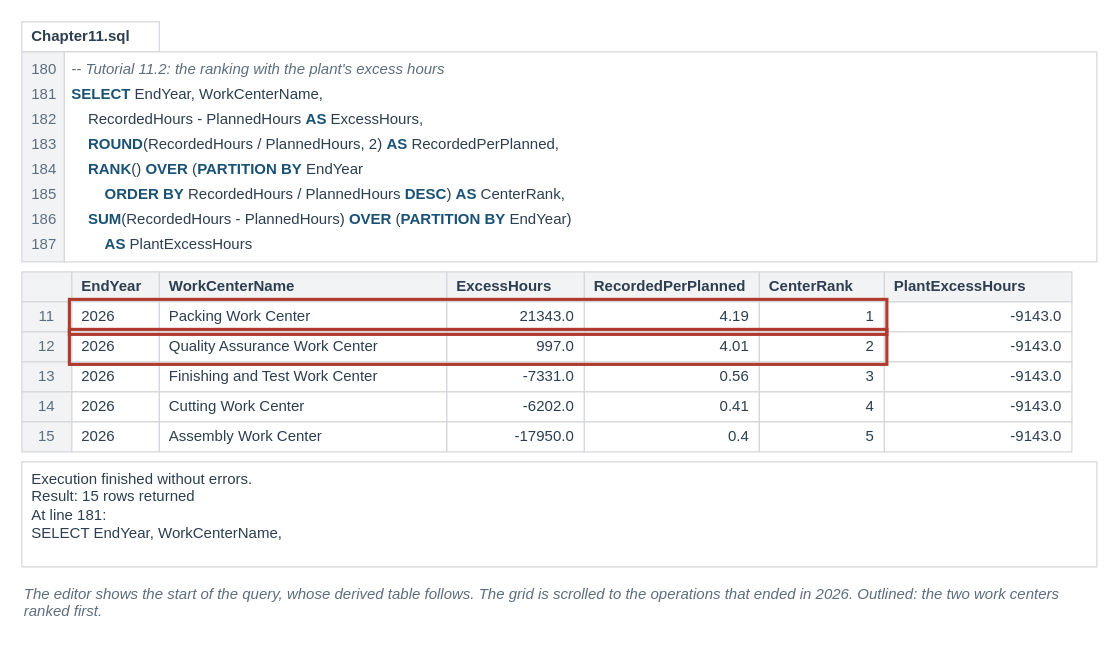
This is visuals/src/fig-11-07-work-center-rank.drawio from mmcodesso/Accounting_Analytics_Book, a draw.io file, before an edit. Source tidied: cells renumbered, new cells numbered last; positions are measured from the earlier drawing's top-left corner, leaving out a move shared by most shapes. Both pictures are drawn from the tidied source at 125%, with x=0, y=0 at pixel (21, 21).
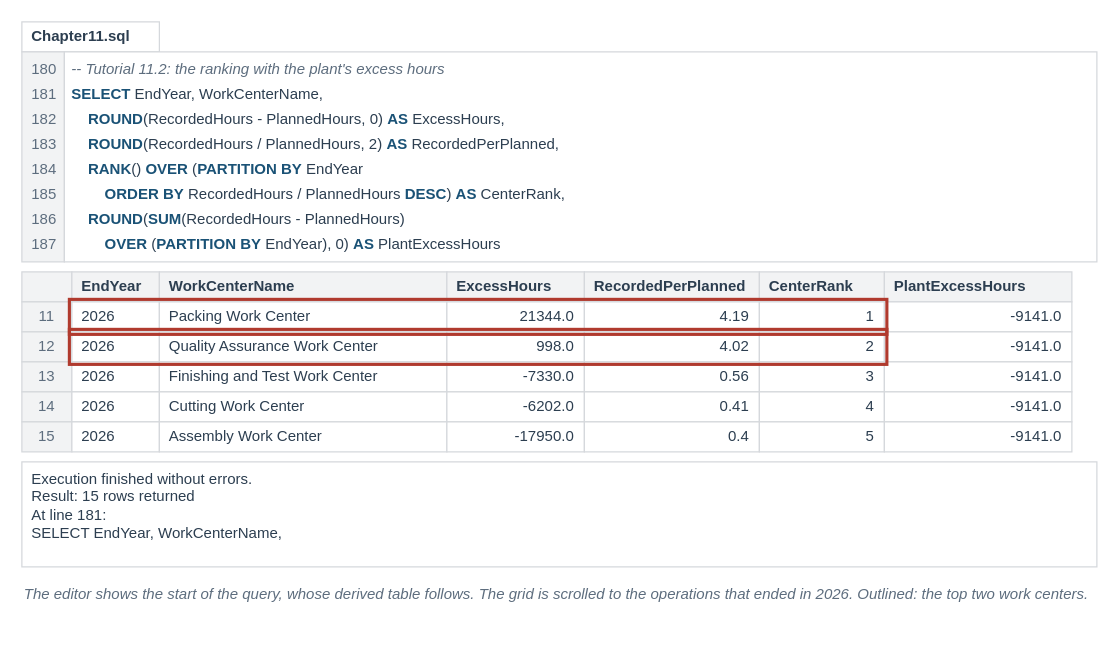
The same page after the edit.

What changed in the source:
```diff
@@
-    <mxCell id="11" value="&amp;nbsp;&amp;nbsp;&amp;nbsp;&amp;nbsp;RecordedHours&amp;nbsp;-&amp;nbsp;PlannedHours&amp;nbsp;&lt;b&gt;&lt;font color=&quot;#1A5276&quot;&gt;AS&lt;/font&gt;&lt;/b&gt;&amp;nbsp;ExcessHours," style="text;html=1;whiteSpace=wrap;align=left;verticalAlign=middle;fontSize=12;fontColor=#2C3E50;fontStyle=0;fontFamily=Helvetica;spacing=2;fillColor=none;strokeColor=none;" parent="1" vertex="1">
+    <mxCell id="11" value="&amp;nbsp;&amp;nbsp;&amp;nbsp;&amp;nbsp;&lt;b&gt;&lt;font color=&quot;#1A5276&quot;&gt;ROUND&lt;/font&gt;&lt;/b&gt;(RecordedHours&amp;nbsp;-&amp;nbsp;PlannedHours,&amp;nbsp;0)&amp;nbsp;&lt;b&gt;&lt;font color=&quot;#1A5276&quot;&gt;AS&lt;/font&gt;&lt;/b&gt;&amp;nbsp;ExcessHours," style="text;html=1;whiteSpace=wrap;align=left;verticalAlign=middle;fontSize=12;fontColor=#2C3E50;fontStyle=0;fontFamily=Helvetica;spacing=2;fillColor=none;strokeColor=none;" parent="1" vertex="1">
       <mxGeometry x="38" y="68" width="818" height="20" as="geometry" />
     </mxCell>
@@
-    <mxCell id="19" value="&amp;nbsp;&amp;nbsp;&amp;nbsp;&amp;nbsp;&lt;b&gt;&lt;font color=&quot;#1A5276&quot;&gt;SUM&lt;/font&gt;&lt;/b&gt;(RecordedHours&amp;nbsp;-&amp;nbsp;PlannedHours)&amp;nbsp;&lt;b&gt;&lt;font color=&quot;#1A5276&quot;&gt;OVER&lt;/font&gt;&lt;/b&gt;&amp;nbsp;(&lt;b&gt;&lt;font color=&quot;#1A5276&quot;&gt;PARTITION&lt;/font&gt;&lt;/b&gt;&amp;nbsp;&lt;b&gt;&lt;font color=&quot;#1A5276&quot;&gt;BY&lt;/font&gt;&lt;/b&gt;&amp;nbsp;EndYear)" style="text;html=1;whiteSpace=wrap;align=left;verticalAlign=middle;fontSize=12;fontColor=#2C3E50;fontStyle=0;fontFamily=Helvetica;spacing=2;fillColor=none;strokeColor=none;" parent="1" vertex="1">
+    <mxCell id="19" value="&amp;nbsp;&amp;nbsp;&amp;nbsp;&amp;nbsp;&lt;b&gt;&lt;font color=&quot;#1A5276&quot;&gt;ROUND&lt;/font&gt;&lt;/b&gt;(&lt;b&gt;&lt;font color=&quot;#1A5276&quot;&gt;SUM&lt;/font&gt;&lt;/b&gt;(RecordedHours&amp;nbsp;-&amp;nbsp;PlannedHours)" style="text;html=1;whiteSpace=wrap;align=left;verticalAlign=middle;fontSize=12;fontColor=#2C3E50;fontStyle=0;fontFamily=Helvetica;spacing=2;fillColor=none;strokeColor=none;" parent="1" vertex="1">
       <mxGeometry x="38" y="148" width="818" height="20" as="geometry" />
     </mxCell>
@@
-    <mxCell id="21" value="&amp;nbsp;&amp;nbsp;&amp;nbsp;&amp;nbsp;&amp;nbsp;&amp;nbsp;&amp;nbsp;&amp;nbsp;&lt;b&gt;&lt;font color=&quot;#1A5276&quot;&gt;AS&lt;/font&gt;&lt;/b&gt;&amp;nbsp;PlantExcessHours" style="text;html=1;whiteSpace=wrap;align=left;verticalAlign=middle;fontSize=12;fontColor=#2C3E50;fontStyle=0;fontFamily=Helvetica;spacing=2;fillColor=none;strokeColor=none;" parent="1" vertex="1">
+    <mxCell id="21" value="&amp;nbsp;&amp;nbsp;&amp;nbsp;&amp;nbsp;&amp;nbsp;&amp;nbsp;&amp;nbsp;&amp;nbsp;&lt;b&gt;&lt;font color=&quot;#1A5276&quot;&gt;OVER&lt;/font&gt;&lt;/b&gt;&amp;nbsp;(&lt;b&gt;&lt;font color=&quot;#1A5276&quot;&gt;PARTITION&lt;/font&gt;&lt;/b&gt;&amp;nbsp;&lt;b&gt;&lt;font color=&quot;#1A5276&quot;&gt;BY&lt;/font&gt;&lt;/b&gt;&amp;nbsp;EndYear),&amp;nbsp;0)&amp;nbsp;&lt;b&gt;&lt;font color=&quot;#1A5276&quot;&gt;AS&lt;/font&gt;&lt;/b&gt;&amp;nbsp;PlantExcessHours" style="text;html=1;whiteSpace=wrap;align=left;verticalAlign=middle;fontSize=12;fontColor=#2C3E50;fontStyle=0;fontFamily=Helvetica;spacing=2;fillColor=none;strokeColor=none;" parent="1" vertex="1">
       <mxGeometry x="38" y="168" width="818" height="20" as="geometry" />
     </mxCell>
@@
-    <mxCell id="32" value="21343.0" style="rounded=0;arcSize=6;whiteSpace=wrap;html=1;fillColor=#FFFFFF;strokeColor=#D5D8DC;strokeWidth=1;fontColor=#2C3E50;fontSize=12;fontStyle=0;align=right;verticalAlign=middle;fontFamily=Helvetica;spacingLeft=6;spacingRight=6;" parent="1" vertex="1">
+    <mxCell id="32" value="21344.0" style="rounded=0;arcSize=6;whiteSpace=wrap;html=1;fillColor=#FFFFFF;strokeColor=#D5D8DC;strokeWidth=1;fontColor=#2C3E50;fontSize=12;fontStyle=0;align=right;verticalAlign=middle;fontFamily=Helvetica;spacingLeft=6;spacingRight=6;" parent="1" vertex="1">
       <mxGeometry x="340" y="224" width="110" height="24" as="geometry" />
     </mxCell>
@@
-    <mxCell id="35" value="-9143.0" style="rounded=0;arcSize=6;whiteSpace=wrap;html=1;fillColor=#FFFFFF;strokeColor=#D5D8DC;strokeWidth=1;fontColor=#2C3E50;fontSize=12;fontStyle=0;align=right;verticalAlign=middle;fontFamily=Helvetica;spacingLeft=6;spacingRight=6;" parent="1" vertex="1">
+    <mxCell id="35" value="-9141.0" style="rounded=0;arcSize=6;whiteSpace=wrap;html=1;fillColor=#FFFFFF;strokeColor=#D5D8DC;strokeWidth=1;fontColor=#2C3E50;fontSize=12;fontStyle=0;align=right;verticalAlign=middle;fontFamily=Helvetica;spacingLeft=6;spacingRight=6;" parent="1" vertex="1">
       <mxGeometry x="690" y="224" width="150" height="24" as="geometry" />
     </mxCell>
@@
-    <mxCell id="39" value="997.0" style="rounded=0;arcSize=6;whiteSpace=wrap;html=1;fillColor=#FFFFFF;strokeColor=#D5D8DC;strokeWidth=1;fontColor=#2C3E50;fontSize=12;fontStyle=0;align=right;verticalAlign=middle;fontFamily=Helvetica;spacingLeft=6;spacingRight=6;" parent="1" vertex="1">
+    <mxCell id="39" value="998.0" style="rounded=0;arcSize=6;whiteSpace=wrap;html=1;fillColor=#FFFFFF;strokeColor=#D5D8DC;strokeWidth=1;fontColor=#2C3E50;fontSize=12;fontStyle=0;align=right;verticalAlign=middle;fontFamily=Helvetica;spacingLeft=6;spacingRight=6;" parent="1" vertex="1">
       <mxGeometry x="340" y="248" width="110" height="24" as="geometry" />
     </mxCell>
-    <mxCell id="40" value="4.01" style="rounded=0;arcSize=6;whiteSpace=wrap;html=1;fillColor=#FFFFFF;strokeColor=#D5D8DC;strokeWidth=1;fontColor=#2C3E50;fontSize=12;fontStyle=0;align=right;verticalAlign=middle;fontFamily=Helvetica;spacingLeft=6;spacingRight=6;" parent="1" vertex="1">
+    <mxCell id="40" value="4.02" style="rounded=0;arcSize=6;whiteSpace=wrap;html=1;fillColor=#FFFFFF;strokeColor=#D5D8DC;strokeWidth=1;fontColor=#2C3E50;fontSize=12;fontStyle=0;align=right;verticalAlign=middle;fontFamily=Helvetica;spacingLeft=6;spacingRight=6;" parent="1" vertex="1">
       <mxGeometry x="450" y="248" width="140" height="24" as="geometry" />
     </mxCell>
@@
-    <mxCell id="42" value="-9143.0" style="rounded=0;arcSize=6;whiteSpace=wrap;html=1;fillColor=#FFFFFF;strokeColor=#D5D8DC;strokeWidth=1;fontColor=#2C3E50;fontSize=12;fontStyle=0;align=right;verticalAlign=middle;fontFamily=Helvetica;spacingLeft=6;spacingRight=6;" parent="1" vertex="1">
+    <mxCell id="42" value="-9141.0" style="rounded=0;arcSize=6;whiteSpace=wrap;html=1;fillColor=#FFFFFF;strokeColor=#D5D8DC;strokeWidth=1;fontColor=#2C3E50;fontSize=12;fontStyle=0;align=right;verticalAlign=middle;fontFamily=Helvetica;spacingLeft=6;spacingRight=6;" parent="1" vertex="1">
       <mxGeometry x="690" y="248" width="150" height="24" as="geometry" />
     </mxCell>
@@
-    <mxCell id="46" value="-7331.0" style="rounded=0;arcSize=6;whiteSpace=wrap;html=1;fillColor=#FFFFFF;strokeColor=#D5D8DC;strokeWidth=1;fontColor=#2C3E50;fontSize=12;fontStyle=0;align=right;verticalAlign=middle;fontFamily=Helvetica;spacingLeft=6;spacingRight=6;" parent="1" vertex="1">
+    <mxCell id="46" value="-7330.0" style="rounded=0;arcSize=6;whiteSpace=wrap;html=1;fillColor=#FFFFFF;strokeColor=#D5D8DC;strokeWidth=1;fontColor=#2C3E50;fontSize=12;fontStyle=0;align=right;verticalAlign=middle;fontFamily=Helvetica;spacingLeft=6;spacingRight=6;" parent="1" vertex="1">
       <mxGeometry x="340" y="272" width="110" height="24" as="geometry" />
     </mxCell>
@@
-    <mxCell id="49" value="-9143.0" style="rounded=0;arcSize=6;whiteSpace=wrap;html=1;fillColor=#FFFFFF;strokeColor=#D5D8DC;strokeWidth=1;fontColor=#2C3E50;fontSize=12;fontStyle=0;align=right;verticalAlign=middle;fontFamily=Helvetica;spacingLeft=6;spacingRight=6;" parent="1" vertex="1">
+    <mxCell id="49" value="-9141.0" style="rounded=0;arcSize=6;whiteSpace=wrap;html=1;fillColor=#FFFFFF;strokeColor=#D5D8DC;strokeWidth=1;fontColor=#2C3E50;fontSize=12;fontStyle=0;align=right;verticalAlign=middle;fontFamily=Helvetica;spacingLeft=6;spacingRight=6;" parent="1" vertex="1">
       <mxGeometry x="690" y="272" width="150" height="24" as="geometry" />
     </mxCell>
@@
-    <mxCell id="56" value="-9143.0" style="rounded=0;arcSize=6;whiteSpace=wrap;html=1;fillColor=#FFFFFF;strokeColor=#D5D8DC;strokeWidth=1;fontColor=#2C3E50;fontSize=12;fontStyle=0;align=right;verticalAlign=middle;fontFamily=Helvetica;spacingLeft=6;spacingRight=6;" parent="1" vertex="1">
+    <mxCell id="56" value="-9141.0" style="rounded=0;arcSize=6;whiteSpace=wrap;html=1;fillColor=#FFFFFF;strokeColor=#D5D8DC;strokeWidth=1;fontColor=#2C3E50;fontSize=12;fontStyle=0;align=right;verticalAlign=middle;fontFamily=Helvetica;spacingLeft=6;spacingRight=6;" parent="1" vertex="1">
       <mxGeometry x="690" y="296" width="150" height="24" as="geometry" />
     </mxCell>
@@
-    <mxCell id="63" value="-9143.0" style="rounded=0;arcSize=6;whiteSpace=wrap;html=1;fillColor=#FFFFFF;strokeColor=#D5D8DC;strokeWidth=1;fontColor=#2C3E50;fontSize=12;fontStyle=0;align=right;verticalAlign=middle;fontFamily=Helvetica;spacingLeft=6;spacingRight=6;" parent="1" vertex="1">
+    <mxCell id="63" value="-9141.0" style="rounded=0;arcSize=6;whiteSpace=wrap;html=1;fillColor=#FFFFFF;strokeColor=#D5D8DC;strokeWidth=1;fontColor=#2C3E50;fontSize=12;fontStyle=0;align=right;verticalAlign=middle;fontFamily=Helvetica;spacingLeft=6;spacingRight=6;" parent="1" vertex="1">
       <mxGeometry x="690" y="320" width="150" height="24" as="geometry" />
     </mxCell>
@@
-    <mxCell id="65" value="&lt;i&gt;The editor shows the start of the query, whose derived table follows. The grid is scrolled to the operations that ended in 2026. Outlined: the two work centers ranked first.&lt;/i&gt;" style="text;html=1;whiteSpace=wrap;align=left;verticalAlign=top;fontSize=12;fontColor=#5D6D7E;fontStyle=0;fontFamily=Helvetica;spacing=2;fillColor=none;strokeColor=none;" parent="1" vertex="1">
+    <mxCell id="65" value="&lt;i&gt;The editor shows the start of the query, whose derived table follows. The grid is scrolled to the operations that ended in 2026. Outlined: the top two work centers.&lt;/i&gt;" style="text;html=1;whiteSpace=wrap;align=left;verticalAlign=top;fontSize=12;fontColor=#5D6D7E;fontStyle=0;fontFamily=Helvetica;spacing=2;fillColor=none;strokeColor=none;" parent="1" vertex="1">
       <mxGeometry y="444" width="860" height="40" as="geometry" />
     </mxCell>
```
